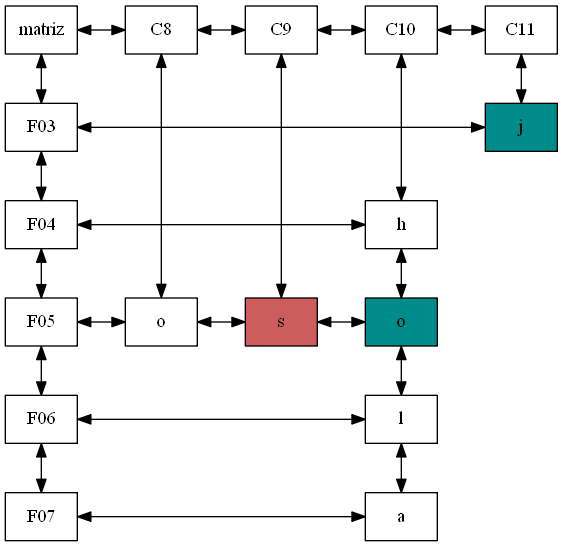
Above: Reportes/Matriz.png in hr9457/EDD_1S2020_PY1_201314296 (Graphviz), before the change. Its source is kept beside it as ArchivosDot/Matriz.dot.
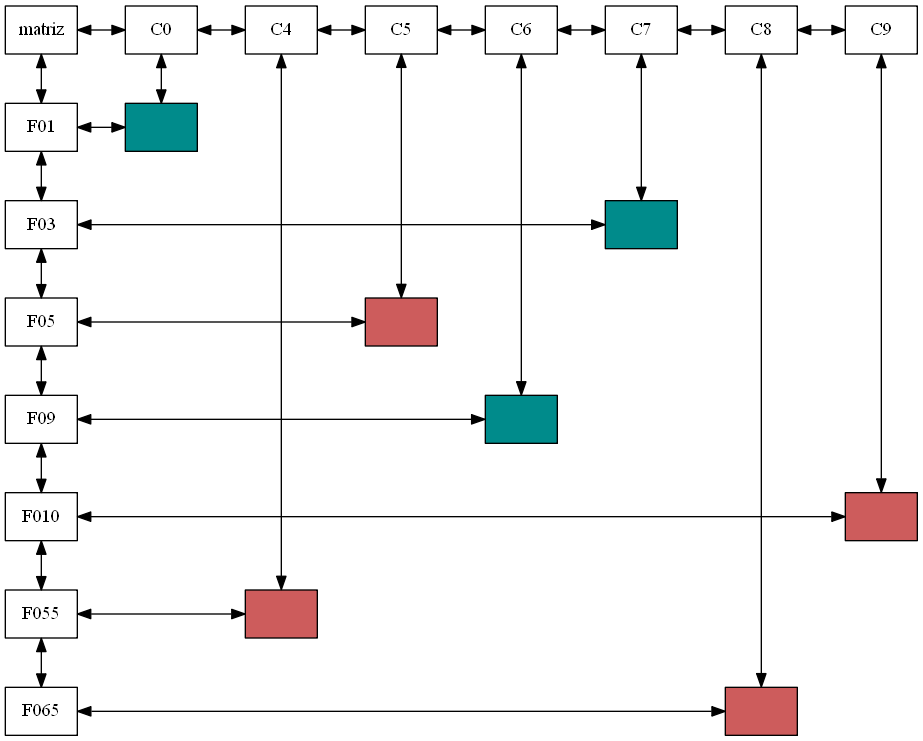
After the change.

Change to the diagram source:
```diff
@@ -2,43 +2,55 @@
 graph [ranksep="0.5", nodesep="0.5"];
 node [shape=record];
 matriz[group = columna];
-C80[group =0,label="C8"];
-C90[group =1,label="C9"];
-C100[group =2,label="C10"];
-C110[group =3,label="C11"];
-C80->C90->C100->C110[dir=both];
-{rank = same; matriz;C80;C90;C100;C110}
-matriz->C80[dir=both];
+C00[group =0,label="C0"];
+C40[group =1,label="C4"];
+C50[group =2,label="C5"];
+C60[group =3,label="C6"];
+C70[group =4,label="C7"];
+C80[group =5,label="C8"];
+C90[group =6,label="C9"];
+C00->C40->C50->C60->C70->C80->C90[dir=both];
+{rank = same; matriz;C00;C40;C50;C60;C70;C80;C90}
+matriz->C00[dir=both];
 
+F01[group = columna];
 F03[group = columna];
-F04[group = columna];
 F05[group = columna];
-F06[group = columna];
-F07[group = columna];
-F03->F04->F05->F06->F07[dir=both];
-matriz->F03[dir=both];
+F09[group = columna];
+F010[group = columna];
+F055[group = columna];
+F065[group = columna];
+F01->F03->F05->F09->F010->F055->F065[dir=both];
+matriz->F01[dir=both];
 
-F03->nodo113j[dir=both];
-{rank = same; F03;nodo113j;}
-F04->nodo104h[dir=both];
-{rank = same; F04;nodo104h;}
-F05->nodo85o->nodo95s->nodo105o[dir=both];
-{rank = same; F05;nodo85o;nodo95s;nodo105o;}
-F06->nodo106l[dir=both];
-{rank = same; F06;nodo106l;}
-F07->nodo107a[dir=both];
-{rank = same; F07;nodo107a;}
+F01->nodo010[dir=both];
+{rank = same; F01;nodo010;}
+F03->nodo730[dir=both];
+{rank = same; F03;nodo730;}
+F05->nodo550[dir=both];
+{rank = same; F05;nodo550;}
+F09->nodo690[dir=both];
+{rank = same; F09;nodo690;}
+F010->nodo9100[dir=both];
+{rank = same; F010;nodo9100;}
+F055->nodo4550[dir=both];
+{rank = same; F055;nodo4550;}
+F065->nodo8650[dir=both];
+{rank = same; F065;nodo8650;}
 
-nodo85o[group =0,label="o"];
-C80->nodo85o[dir=both];
-nodo95s[group =1,label="s",style=filled,fillcolor="Indianred"];
-C90->nodo95s[dir=both];
-nodo104h[group =2,label="h"];
-nodo105o[group =2,label="o",style=filled,fillcolor="cyan4"];
-nodo106l[group =2,label="l"];
-nodo107a[group =2,label="a"];
-C100->nodo104h->nodo105o->nodo106l->nodo107a[dir=both];
-nodo113j[group =3,label="j",style=filled,fillcolor="cyan4"];
-C110->nodo113j[dir=both];
+nodo010[group =0,label="",style=filled,fillcolor="cyan4"];
+C00->nodo010[dir=both];
+nodo4550[group =1,label="",style=filled,fillcolor="Indianred"];
+C40->nodo4550[dir=both];
+nodo550[group =2,label="",style=filled,fillcolor="Indianred"];
+C50->nodo550[dir=both];
+nodo690[group =3,label="",style=filled,fillcolor="cyan4"];
+C60->nodo690[dir=both];
+nodo730[group =4,label="",style=filled,fillcolor="cyan4"];
+C70->nodo730[dir=both];
+nodo8650[group =5,label="",style=filled,fillcolor="Indianred"];
+C80->nodo8650[dir=both];
+nodo9100[group =6,label="",style=filled,fillcolor="Indianred"];
+C90->nodo9100[dir=both];
 
 }
```
